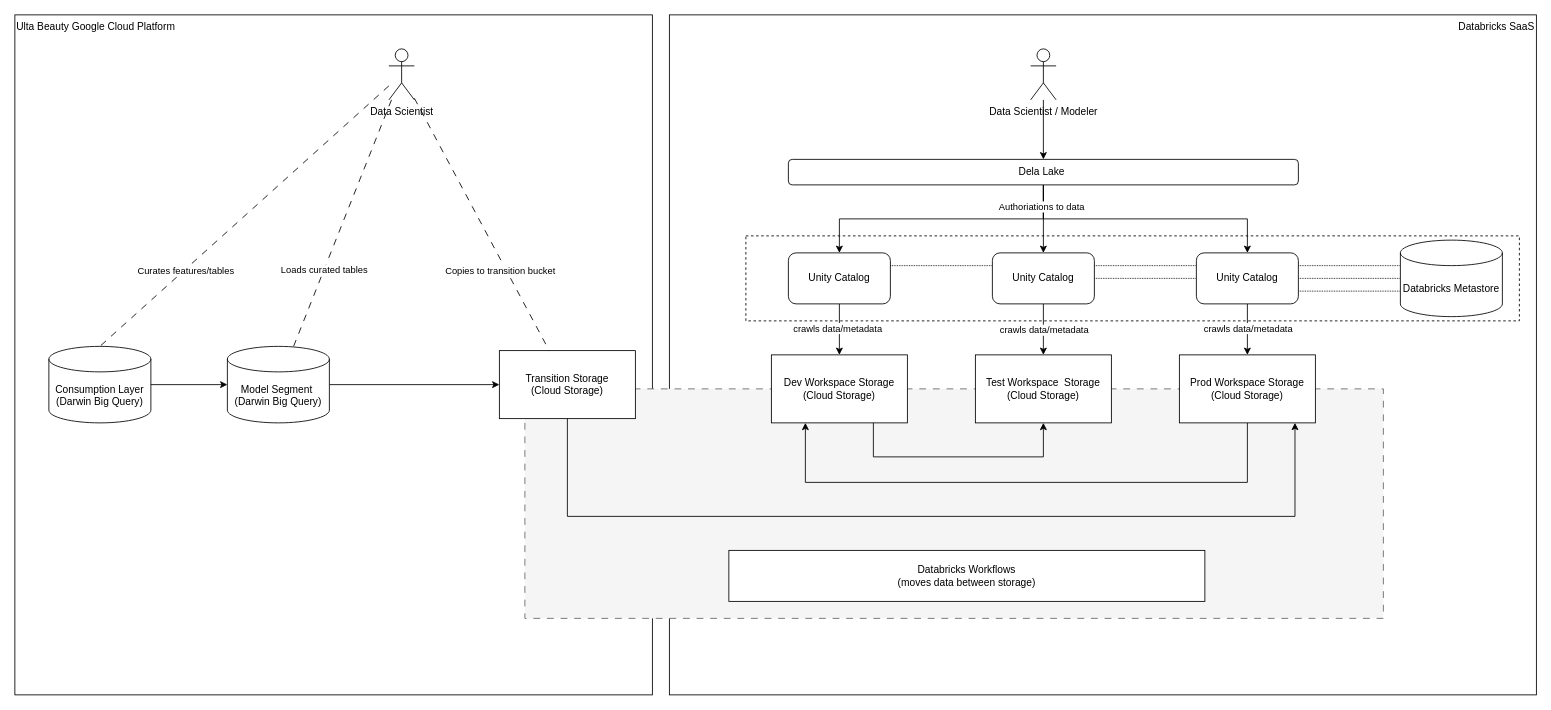
Before: page "Databricks Data" (5 of 7) of images/databricks.drawio in bpayt2/temp, a draw.io diagram. Source tidied: cells renumbered, new cells numbered last; positions are measured from the earlier drawing's top-left corner, leaving out a move shared by most shapes. Both pictures are drawn from the tidied source at 85%, with x=0, y=0 at pixel (14, 14).
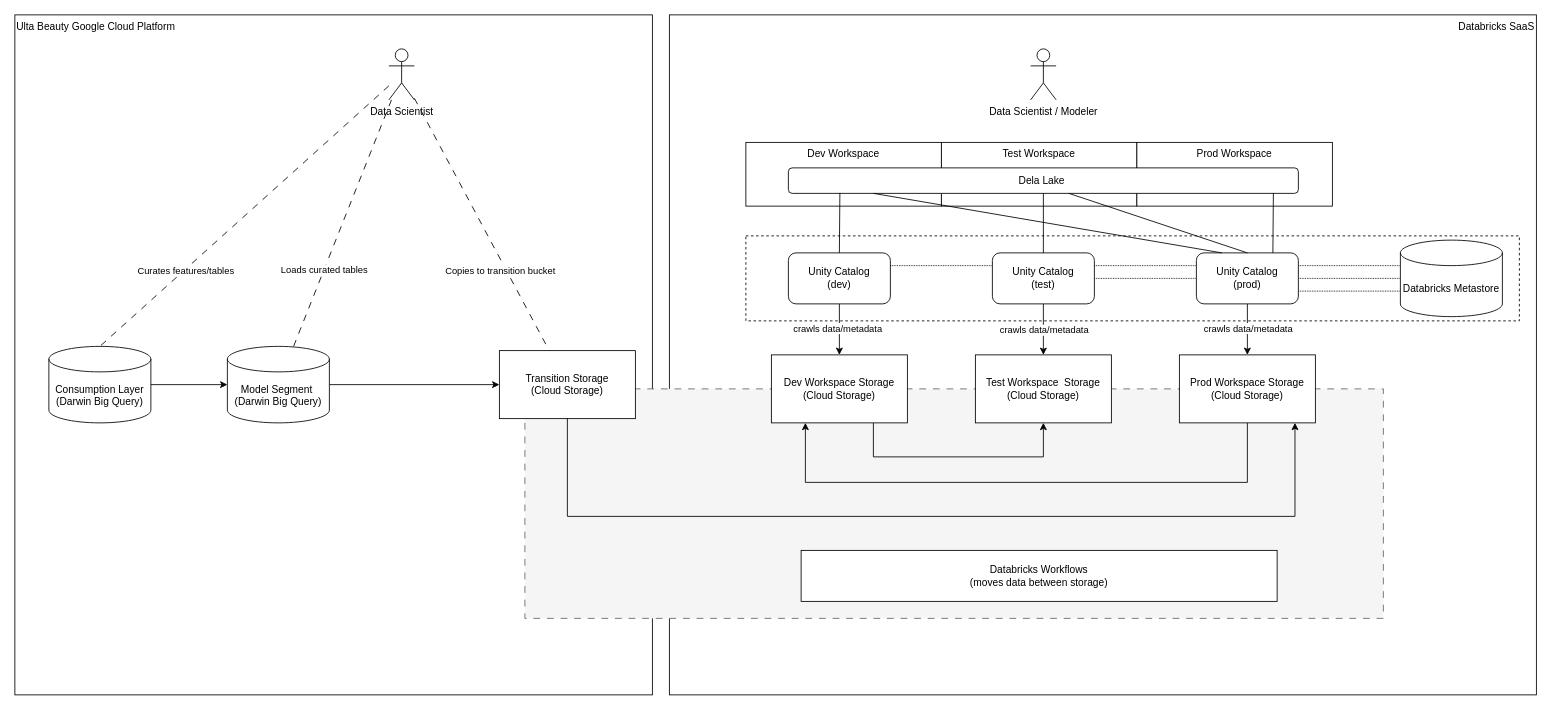
The same diagram, later.

The change refers to these unchanged cells:
```xml
<mxCell id="25" value="Data Scientist / Modeler" style="shape=umlActor;verticalLabelPosition=bottom;verticalAlign=top;html=1;outlineConnect=0;" parent="1" vertex="1">
  <mxGeometry x="1195" y="40" width="30" height="60" as="geometry" />
</mxCell>
```

Diff of the diagram source:
```diff
@@
+    <mxCell id="3" value="Databricks SaaS" style="rounded=0;whiteSpace=wrap;html=1;align=right;verticalAlign=top;" parent="1" vertex="1">
+      <mxGeometry x="770" width="1020" height="800" as="geometry" />
+    </mxCell>
+    <mxCell id="45" value="Dev Workspace" style="rounded=0;whiteSpace=wrap;html=1;verticalAlign=top;" parent="1" vertex="1">
+      <mxGeometry x="860" y="150" width="230" height="75" as="geometry" />
+    </mxCell>
+    <mxCell id="46" value="Test Workspace" style="rounded=0;whiteSpace=wrap;html=1;verticalAlign=top;" parent="1" vertex="1">
+      <mxGeometry x="1090" y="150" width="230" height="75" as="geometry" />
+    </mxCell>
+    <mxCell id="47" value="Prod Workspace" style="rounded=0;whiteSpace=wrap;html=1;verticalAlign=top;" parent="1" vertex="1">
+      <mxGeometry x="1320" y="150" width="230" height="75" as="geometry" />
+    </mxCell>
@@
-    <mxCell id="3" value="Databricks SaaS" style="rounded=0;whiteSpace=wrap;html=1;align=right;verticalAlign=top;" parent="1" vertex="1">
-      <mxGeometry x="770" width="1020" height="800" as="geometry" />
-    </mxCell>
@@
-    <mxCell id="24" style="edgeStyle=orthogonalEdgeStyle;rounded=0;jettySize=auto;html=1;entryX=0.5;entryY=0;entryDx=0;entryDy=0;" parent="1" edge="1" source="25" target="37">
-      <mxGeometry relative="1" as="geometry" />
-    </mxCell>
@@
-    <mxCell id="28" value="Unity Catalog" style="rounded=1;whiteSpace=wrap;html=1;" parent="1" vertex="1">
+    <mxCell id="28" value="Unity Catalog&lt;br&gt;(dev)" style="rounded=1;whiteSpace=wrap;html=1;" parent="1" vertex="1">
       <mxGeometry x="910" y="280" width="120" height="60" as="geometry" />
     </mxCell>
@@
-    <mxCell id="33" style="edgeStyle=orthogonalEdgeStyle;rounded=0;jettySize=auto;html=1;exitX=0.5;exitY=1;exitDx=0;exitDy=0;entryX=0.5;entryY=0;entryDx=0;entryDy=0;" parent="1" edge="1" source="37" target="28">
-      <mxGeometry relative="1" as="geometry" />
-    </mxCell>
-    <mxCell id="34" style="edgeStyle=orthogonalEdgeStyle;rounded=0;jettySize=auto;html=1;exitX=0.5;exitY=1;exitDx=0;exitDy=0;entryX=0.5;entryY=0;entryDx=0;entryDy=0;" parent="1" edge="1" source="37" target="43">
-      <mxGeometry relative="1" as="geometry" />
-    </mxCell>
-    <mxCell id="35" style="edgeStyle=orthogonalEdgeStyle;rounded=0;jettySize=auto;html=1;exitX=0.5;exitY=1;exitDx=0;exitDy=0;entryX=0.5;entryY=0;entryDx=0;entryDy=0;" parent="1" edge="1" source="37" target="42">
-      <mxGeometry relative="1" as="geometry" />
-    </mxCell>
-    <mxCell id="36" value="Authoriations to data" style="edgeLabel;html=1;align=center;verticalAlign=middle;" parent="35" vertex="1">
-      <mxGeometry x="-0.85" y="-3" relative="1" as="geometry">
-        <mxPoint y="1" as="offset" />
-      </mxGeometry>
-    </mxCell>
     <mxCell id="37" value="Dela Lake&amp;nbsp;" style="rounded=1;whiteSpace=wrap;html=1;" parent="1" vertex="1">
-      <mxGeometry x="910" y="170" width="600" height="30" as="geometry" />
+      <mxGeometry x="910" y="180" width="600" height="30" as="geometry" />
     </mxCell>
@@
-    <mxCell id="42" value="Unity Catalog" style="rounded=1;whiteSpace=wrap;html=1;" parent="1" vertex="1">
+    <mxCell id="42" value="Unity Catalog&lt;br&gt;(prod)" style="rounded=1;whiteSpace=wrap;html=1;" parent="1" vertex="1">
       <mxGeometry x="1390" y="280" width="120" height="60" as="geometry" />
     </mxCell>
+    <mxCell id="48" style="rounded=0;jettySize=auto;html=1;exitX=0.5;exitY=0;exitDx=0;exitDy=0;entryX=0.5;entryY=1;entryDx=0;entryDy=0;endArrow=none;endFill=0;" parent="1" edge="1" source="43" target="37">
+      <mxGeometry relative="1" as="geometry" />
+    </mxCell>
-    <mxCell id="43" value="Unity Catalog" style="rounded=1;whiteSpace=wrap;html=1;" parent="1" vertex="1">
+    <mxCell id="43" value="Unity Catalog&lt;br&gt;(test)" style="rounded=1;whiteSpace=wrap;html=1;" parent="1" vertex="1">
       <mxGeometry x="1150" y="280" width="120" height="60" as="geometry" />
     </mxCell>
     <mxCell id="44" value="Databricks Workflows&lt;br&gt;(moves data between storage)" style="rounded=0;whiteSpace=wrap;html=1;" parent="1" vertex="1">
-      <mxGeometry x="840" y="630" width="560" height="60" as="geometry" />
+      <mxGeometry x="925" y="630" width="560" height="60" as="geometry" />
     </mxCell>
+    <mxCell id="49" style="rounded=0;jettySize=auto;html=1;exitX=0.5;exitY=0;exitDx=0;exitDy=0;entryX=0.101;entryY=0.983;entryDx=0;entryDy=0;entryPerimeter=0;endArrow=none;endFill=0;" parent="1" edge="1" source="28" target="37">
+      <mxGeometry relative="1" as="geometry" />
+    </mxCell>
+    <mxCell id="50" style="rounded=0;jettySize=auto;html=1;exitX=0.25;exitY=0;exitDx=0;exitDy=0;entryX=0.167;entryY=1;entryDx=0;entryDy=0;entryPerimeter=0;endArrow=none;endFill=0;" parent="1" edge="1" source="42" target="37">
+      <mxGeometry relative="1" as="geometry" />
+    </mxCell>
+    <mxCell id="51" style="rounded=0;jettySize=auto;html=1;exitX=0.5;exitY=0;exitDx=0;exitDy=0;endArrow=none;endFill=0;" parent="1" edge="1" source="42">
+      <mxGeometry relative="1" as="geometry">
+        <mxPoint x="1240" y="210" as="targetPoint" />
+      </mxGeometry>
+    </mxCell>
+    <mxCell id="52" style="rounded=0;jettySize=auto;html=1;exitX=0.75;exitY=0;exitDx=0;exitDy=0;entryX=0.951;entryY=0.983;entryDx=0;entryDy=0;entryPerimeter=0;endArrow=none;endFill=0;" parent="1" edge="1" source="42" target="37">
+      <mxGeometry relative="1" as="geometry" />
+    </mxCell>
```
